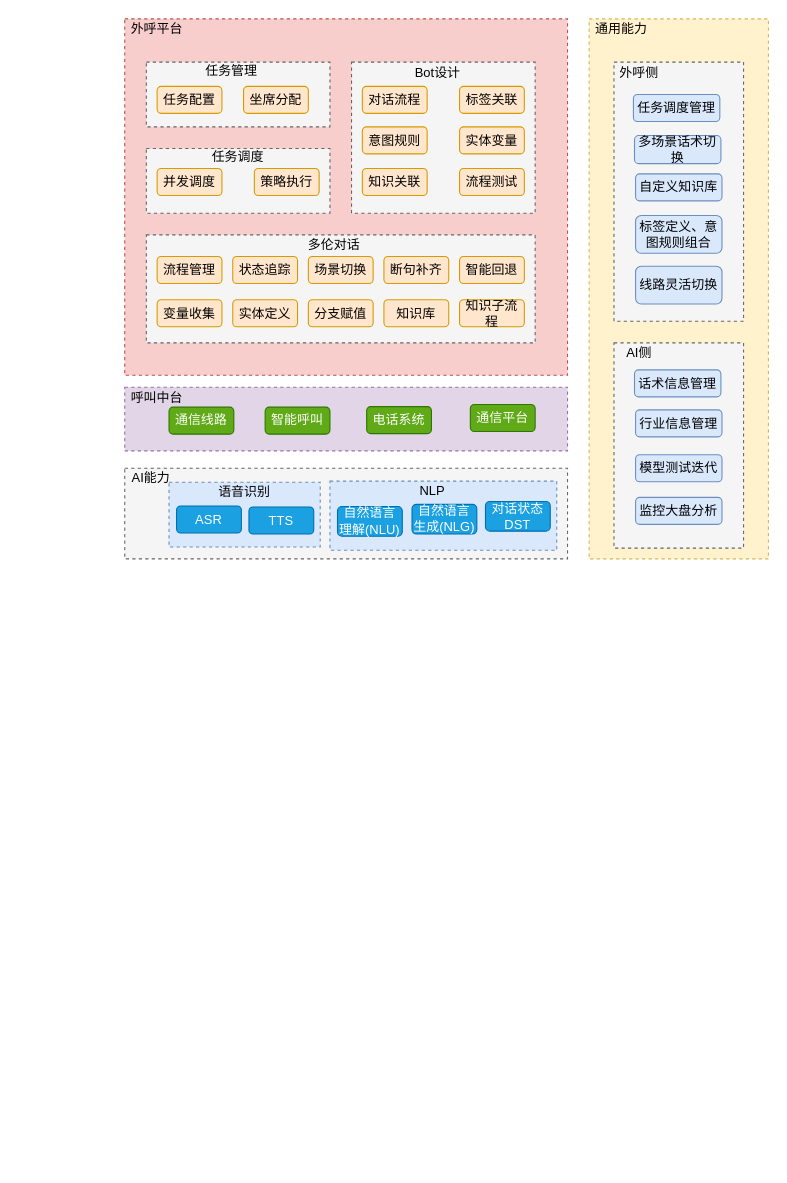
Before: docs/未命名绘图.drawio in lxkang/advanced-java, a draw.io diagram. Source tidied: cells renumbered, new cells numbered last; positions are measured from the earlier drawing's top-left corner, leaving out a move shared by most shapes. Both pictures are drawn from the tidied source at 108%, with x=0, y=0 at pixel (124, 18).
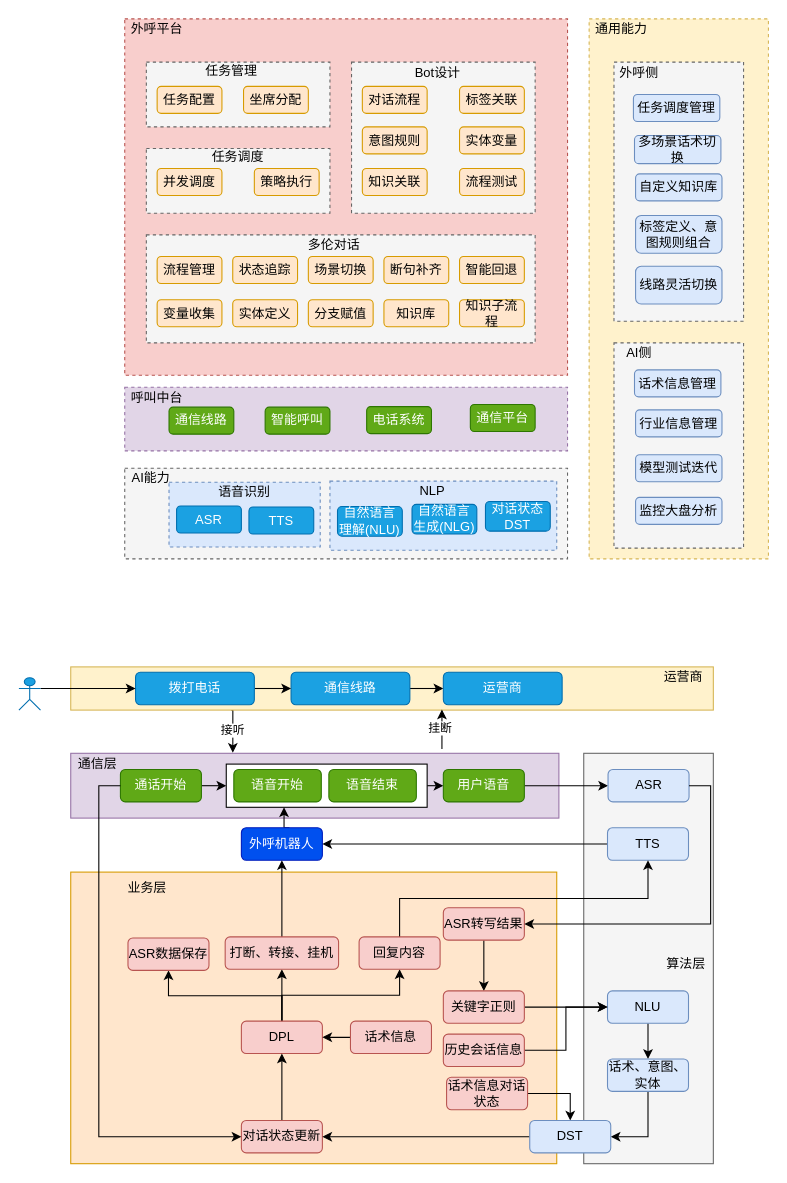
The same diagram, later.

Commit message:
外呼机器人核心流程.drawio

What changed in the source:
```diff
@@
+    <mxCell id="64" style="rounded=0;whiteSpace=wrap;html=1;fillColor=#f5f5f5;strokeColor=#666666;fontColor=#333333;" parent="1" vertex="1">
+      <mxGeometry x="425" y="680" width="120" height="380" as="geometry" />
+    </mxCell>
@@
+    <mxCell id="65" value="接听" style="edgeStyle=orthogonalEdgeStyle;rounded=0;jettySize=auto;html=1;exitX=0.25;exitY=1;exitDx=0;exitDy=0;entryX=0.332;entryY=-0.008;entryDx=0;entryDy=0;entryPerimeter=0;" parent="1" edge="1" source="66" target="72">
+      <mxGeometry relative="1" as="geometry" />
+    </mxCell>
+    <mxCell id="66" style="rounded=0;whiteSpace=wrap;html=1;fillColor=#fff2cc;strokeColor=#d6b656;" parent="1" vertex="1">
+      <mxGeometry x="-50" y="600" width="595" height="40" as="geometry" />
+    </mxCell>
+    <mxCell id="67" style="edgeStyle=orthogonalEdgeStyle;rounded=0;jettySize=auto;html=1;exitX=1;exitY=0.5;exitDx=0;exitDy=0;entryX=0;entryY=0.5;entryDx=0;entryDy=0;" parent="1" edge="1" source="68" target="69">
+      <mxGeometry relative="1" as="geometry" />
+    </mxCell>
+    <mxCell id="68" value="通信线路" style="rounded=1;whiteSpace=wrap;html=1;fillColor=#1ba1e2;fontColor=#ffffff;strokeColor=#006EAF;" parent="1" vertex="1">
+      <mxGeometry x="154" y="605" width="110" height="30" as="geometry" />
+    </mxCell>
+    <mxCell id="69" value="运营商" style="rounded=1;whiteSpace=wrap;html=1;fillColor=#1ba1e2;fontColor=#ffffff;strokeColor=#006EAF;" parent="1" vertex="1">
+      <mxGeometry x="295" y="605" width="110" height="30" as="geometry" />
+    </mxCell>
+    <mxCell id="70" style="edgeStyle=orthogonalEdgeStyle;rounded=0;orthogonalLoop=1;jettySize=auto;html=1;entryX=0.563;entryY=1.07;entryDx=0;entryDy=0;entryPerimeter=0;" parent="1" edge="1">
+      <mxGeometry relative="1" as="geometry">
+        <mxPoint x="294" y="676" as="sourcePoint" />
+        <mxPoint x="293.7" y="639.5" as="targetPoint" />
+        <Array as="points">
+          <mxPoint x="294" y="640" />
+          <mxPoint x="294" y="640" />
+        </Array>
+      </mxGeometry>
+    </mxCell>
+    <mxCell id="71" value="挂断" style="edgeLabel;html=1;align=center;verticalAlign=middle;" parent="70" vertex="1">
+      <mxGeometry x="0.07" y="2" relative="1" as="geometry" />
+    </mxCell>
+    <mxCell id="72" style="rounded=0;whiteSpace=wrap;html=1;fillColor=#e1d5e7;strokeColor=#9673a6;" parent="1" vertex="1">
+      <mxGeometry x="-50" y="680" width="452" height="60" as="geometry" />
+    </mxCell>
+    <mxCell id="73" style="edgeStyle=orthogonalEdgeStyle;rounded=0;jettySize=auto;html=1;exitX=1;exitY=0.5;exitDx=0;exitDy=0;entryX=0;entryY=0.5;entryDx=0;entryDy=0;" parent="1" edge="1" source="74" target="68">
+      <mxGeometry relative="1" as="geometry" />
+    </mxCell>
+    <mxCell id="74" value="拨打电话" style="rounded=1;whiteSpace=wrap;html=1;fillColor=#1ba1e2;strokeColor=#006EAF;fontColor=#ffffff;" parent="1" vertex="1">
+      <mxGeometry x="10" y="605" width="110" height="30" as="geometry" />
+    </mxCell>
+    <mxCell id="75" style="edgeStyle=orthogonalEdgeStyle;rounded=0;jettySize=auto;html=1;exitX=1;exitY=0.3333333333333333;exitDx=0;exitDy=0;exitPerimeter=0;entryX=0;entryY=0.5;entryDx=0;entryDy=0;" parent="1" edge="1" source="76" target="74">
+      <mxGeometry relative="1" as="geometry" />
+    </mxCell>
+    <mxCell id="76" style="shape=umlActor;verticalLabelPosition=bottom;verticalAlign=top;html=1;outlineConnect=0;fillColor=#1ba1e2;fontColor=#ffffff;strokeColor=#006EAF;" parent="1" vertex="1">
+      <mxGeometry x="-98" y="610" width="20" height="30" as="geometry" />
+    </mxCell>
+    <mxCell id="77" style="edgeStyle=orthogonalEdgeStyle;rounded=0;jettySize=auto;html=1;exitX=1;exitY=0.5;exitDx=0;exitDy=0;entryX=0;entryY=0.5;entryDx=0;entryDy=0;" parent="1" edge="1" source="78" target="80">
+      <mxGeometry relative="1" as="geometry" />
+    </mxCell>
+    <mxCell id="78" value="通话开始" style="rounded=1;whiteSpace=wrap;html=1;fillColor=#60a917;fontColor=#ffffff;strokeColor=#2D7600;" parent="1" vertex="1">
+      <mxGeometry x="-4" y="695" width="75" height="30" as="geometry" />
+    </mxCell>
+    <mxCell id="79" style="edgeStyle=orthogonalEdgeStyle;rounded=0;jettySize=auto;html=1;exitX=1;exitY=0.5;exitDx=0;exitDy=0;entryX=0;entryY=0.5;entryDx=0;entryDy=0;" parent="1" edge="1" source="80" target="86">
+      <mxGeometry relative="1" as="geometry" />
+    </mxCell>
+    <mxCell id="80" style="rounded=0;whiteSpace=wrap;html=1;" parent="1" vertex="1">
+      <mxGeometry x="94" y="690" width="186" height="40" as="geometry" />
+    </mxCell>
+    <mxCell id="81" value="语音开始" style="rounded=1;whiteSpace=wrap;html=1;fillColor=#60a917;fontColor=#ffffff;strokeColor=#2D7600;" parent="1" vertex="1">
+      <mxGeometry x="101" y="695" width="81" height="30" as="geometry" />
+    </mxCell>
+    <mxCell id="82" value="语音结束" style="rounded=1;whiteSpace=wrap;html=1;fillColor=#60a917;fontColor=#ffffff;strokeColor=#2D7600;" parent="1" vertex="1">
+      <mxGeometry x="189" y="695" width="81" height="30" as="geometry" />
+    </mxCell>
+    <mxCell id="83" style="edgeStyle=orthogonalEdgeStyle;rounded=0;orthogonalLoop=1;jettySize=auto;html=1;exitX=0.5;exitY=0;exitDx=0;exitDy=0;entryX=0.25;entryY=1;entryDx=0;entryDy=0;" parent="1" edge="1">
+      <mxGeometry relative="1" as="geometry">
+        <mxPoint x="152.5" y="749" as="sourcePoint" />
+        <mxPoint x="147.5" y="730" as="targetPoint" />
+      </mxGeometry>
+    </mxCell>
+    <mxCell id="84" value="外呼机器人" style="rounded=1;whiteSpace=wrap;html=1;fillColor=#0050ef;fontColor=#ffffff;strokeColor=#001DBC;" parent="1" vertex="1">
+      <mxGeometry x="108" y="749" width="75" height="30" as="geometry" />
+    </mxCell>
+    <mxCell id="85" style="edgeStyle=orthogonalEdgeStyle;rounded=0;jettySize=auto;html=1;exitX=1;exitY=0.5;exitDx=0;exitDy=0;" parent="1" edge="1" source="86" target="87">
+      <mxGeometry relative="1" as="geometry" />
+    </mxCell>
+    <mxCell id="86" value="用户语音" style="rounded=1;whiteSpace=wrap;html=1;fillColor=#60a917;fontColor=#ffffff;strokeColor=#2D7600;" parent="1" vertex="1">
+      <mxGeometry x="295" y="695" width="75" height="30" as="geometry" />
+    </mxCell>
+    <mxCell id="87" value="ASR" style="rounded=1;whiteSpace=wrap;html=1;fillColor=#dae8fc;strokeColor=#6c8ebf;" parent="1" vertex="1">
+      <mxGeometry x="447.5" y="695" width="75" height="30" as="geometry" />
+    </mxCell>
+    <mxCell id="88" style="edgeStyle=orthogonalEdgeStyle;rounded=0;jettySize=auto;html=1;exitX=0;exitY=0.5;exitDx=0;exitDy=0;" parent="1" edge="1" source="89" target="84">
+      <mxGeometry relative="1" as="geometry" />
+    </mxCell>
+    <mxCell id="89" value="TTS" style="rounded=1;whiteSpace=wrap;html=1;fillColor=#dae8fc;strokeColor=#6c8ebf;" parent="1" vertex="1">
+      <mxGeometry x="447" y="749" width="75" height="30" as="geometry" />
+    </mxCell>
+    <mxCell id="90" style="rounded=0;whiteSpace=wrap;html=1;fillColor=#ffe6cc;strokeColor=#d79b00;" parent="1" vertex="1">
+      <mxGeometry x="-50" y="790" width="450" height="270" as="geometry" />
+    </mxCell>
+    <mxCell id="91" style="edgeStyle=orthogonalEdgeStyle;rounded=0;jettySize=auto;html=1;exitX=0.5;exitY=1;exitDx=0;exitDy=0;entryX=0.5;entryY=0;entryDx=0;entryDy=0;" parent="1" edge="1" source="92" target="94">
+      <mxGeometry relative="1" as="geometry" />
+    </mxCell>
+    <mxCell id="92" value="NLU" style="rounded=1;whiteSpace=wrap;html=1;fillColor=#dae8fc;strokeColor=#6c8ebf;" parent="1" vertex="1">
+      <mxGeometry x="447" y="900" width="75" height="30" as="geometry" />
+    </mxCell>
+    <mxCell id="93" style="edgeStyle=orthogonalEdgeStyle;rounded=0;jettySize=auto;html=1;exitX=0.5;exitY=1;exitDx=0;exitDy=0;entryX=1;entryY=0.5;entryDx=0;entryDy=0;" parent="1" edge="1" source="94" target="118">
+      <mxGeometry relative="1" as="geometry" />
+    </mxCell>
+    <mxCell id="94" value="话术、意图、实体" style="rounded=1;whiteSpace=wrap;html=1;fillColor=#dae8fc;strokeColor=#6c8ebf;" parent="1" vertex="1">
+      <mxGeometry x="447" y="963" width="75" height="30" as="geometry" />
+    </mxCell>
+    <mxCell id="95" style="edgeStyle=orthogonalEdgeStyle;rounded=0;jettySize=auto;html=1;exitX=0.5;exitY=1;exitDx=0;exitDy=0;entryX=0.5;entryY=0;entryDx=0;entryDy=0;" parent="1" edge="1" source="96" target="98">
+      <mxGeometry relative="1" as="geometry" />
+    </mxCell>
+    <mxCell id="96" value="ASR转写结果" style="rounded=1;whiteSpace=wrap;html=1;fillColor=#f8cecc;strokeColor=#b85450;" parent="1" vertex="1">
+      <mxGeometry x="295" y="823" width="75" height="30" as="geometry" />
+    </mxCell>
+    <mxCell id="97" style="edgeStyle=orthogonalEdgeStyle;rounded=0;jettySize=auto;html=1;exitX=1;exitY=0.5;exitDx=0;exitDy=0;entryX=0;entryY=0.5;entryDx=0;entryDy=0;" parent="1" edge="1" source="98" target="92">
+      <mxGeometry relative="1" as="geometry" />
+    </mxCell>
+    <mxCell id="98" value="关键字正则" style="rounded=1;whiteSpace=wrap;html=1;fillColor=#f8cecc;strokeColor=#b85450;" parent="1" vertex="1">
+      <mxGeometry x="295" y="900" width="75" height="30" as="geometry" />
+    </mxCell>
+    <mxCell id="99" style="edgeStyle=orthogonalEdgeStyle;rounded=0;jettySize=auto;html=1;exitX=1;exitY=0.5;exitDx=0;exitDy=0;entryX=0;entryY=0.5;entryDx=0;entryDy=0;" parent="1" edge="1" source="100" target="92">
+      <mxGeometry relative="1" as="geometry" />
+    </mxCell>
+    <mxCell id="100" value="历史会话信息" style="rounded=1;whiteSpace=wrap;html=1;fillColor=#f8cecc;strokeColor=#b85450;" parent="1" vertex="1">
+      <mxGeometry x="295" y="940" width="75" height="30" as="geometry" />
+    </mxCell>
+    <mxCell id="101" style="edgeStyle=orthogonalEdgeStyle;rounded=0;jettySize=auto;html=1;exitX=1;exitY=0.5;exitDx=0;exitDy=0;entryX=0.5;entryY=0;entryDx=0;entryDy=0;" parent="1" edge="1" source="102" target="118">
+      <mxGeometry relative="1" as="geometry" />
+    </mxCell>
+    <mxCell id="102" value="话术信息对话状态" style="rounded=1;whiteSpace=wrap;html=1;fillColor=#f8cecc;strokeColor=#b85450;" parent="1" vertex="1">
+      <mxGeometry x="298" y="980" width="75" height="30" as="geometry" />
+    </mxCell>
+    <mxCell id="103" style="edgeStyle=orthogonalEdgeStyle;rounded=0;jettySize=auto;html=1;exitX=0.5;exitY=0;exitDx=0;exitDy=0;entryX=0.5;entryY=1;entryDx=0;entryDy=0;" parent="1" edge="1" source="106" target="113">
+      <mxGeometry relative="1" as="geometry" />
+    </mxCell>
+    <mxCell id="104" style="edgeStyle=orthogonalEdgeStyle;rounded=0;jettySize=auto;html=1;exitX=0.5;exitY=0;exitDx=0;exitDy=0;entryX=0.5;entryY=1;entryDx=0;entryDy=0;" parent="1" edge="1" source="106" target="115">
+      <mxGeometry relative="1" as="geometry" />
+    </mxCell>
+    <mxCell id="105" style="edgeStyle=orthogonalEdgeStyle;rounded=0;jettySize=auto;html=1;exitX=0.5;exitY=0;exitDx=0;exitDy=0;" parent="1" edge="1" source="106" target="111">
+      <mxGeometry relative="1" as="geometry" />
+    </mxCell>
+    <mxCell id="106" value="DPL" style="rounded=1;whiteSpace=wrap;html=1;fillColor=#f8cecc;strokeColor=#b85450;" parent="1" vertex="1">
+      <mxGeometry x="108" y="928" width="75" height="30" as="geometry" />
+    </mxCell>
+    <mxCell id="107" style="edgeStyle=orthogonalEdgeStyle;rounded=0;jettySize=auto;html=1;exitX=0.5;exitY=0;exitDx=0;exitDy=0;entryX=0.5;entryY=1;entryDx=0;entryDy=0;" parent="1" edge="1" source="108" target="106">
+      <mxGeometry relative="1" as="geometry" />
+    </mxCell>
+    <mxCell id="108" value="对话状态更新" style="rounded=1;whiteSpace=wrap;html=1;fillColor=#f8cecc;strokeColor=#b85450;" parent="1" vertex="1">
+      <mxGeometry x="108" y="1020" width="75" height="30" as="geometry" />
+    </mxCell>
+    <mxCell id="109" style="edgeStyle=orthogonalEdgeStyle;rounded=0;jettySize=auto;html=1;exitX=0;exitY=0.5;exitDx=0;exitDy=0;" parent="1" edge="1" source="110" target="106">
+      <mxGeometry relative="1" as="geometry" />
+    </mxCell>
+    <mxCell id="110" value="话术信息" style="rounded=1;whiteSpace=wrap;html=1;fillColor=#f8cecc;strokeColor=#b85450;" parent="1" vertex="1">
+      <mxGeometry x="209" y="928" width="75" height="30" as="geometry" />
+    </mxCell>
+    <mxCell id="111" value="ASR数据保存" style="rounded=1;whiteSpace=wrap;html=1;fillColor=#f8cecc;strokeColor=#b85450;" parent="1" vertex="1">
+      <mxGeometry x="3" y="851" width="75" height="30" as="geometry" />
+    </mxCell>
+    <mxCell id="112" style="edgeStyle=orthogonalEdgeStyle;rounded=0;jettySize=auto;html=1;exitX=0.5;exitY=0;exitDx=0;exitDy=0;entryX=0.5;entryY=1;entryDx=0;entryDy=0;" parent="1" edge="1" source="113" target="84">
+      <mxGeometry relative="1" as="geometry" />
+    </mxCell>
+    <mxCell id="113" value="打断、转接、挂机" style="rounded=1;whiteSpace=wrap;html=1;fillColor=#f8cecc;strokeColor=#b85450;" parent="1" vertex="1">
+      <mxGeometry x="93" y="850" width="105" height="30" as="geometry" />
+    </mxCell>
+    <mxCell id="114" style="edgeStyle=orthogonalEdgeStyle;rounded=0;jettySize=auto;html=1;exitX=0.5;exitY=0;exitDx=0;exitDy=0;entryX=0.5;entryY=1;entryDx=0;entryDy=0;" parent="1" edge="1" source="115" target="89">
+      <mxGeometry relative="1" as="geometry" />
+    </mxCell>
+    <mxCell id="115" value="回复内容" style="rounded=1;whiteSpace=wrap;html=1;fillColor=#f8cecc;strokeColor=#b85450;" parent="1" vertex="1">
+      <mxGeometry x="217" y="850" width="75" height="30" as="geometry" />
+    </mxCell>
+    <mxCell id="116" style="edgeStyle=orthogonalEdgeStyle;rounded=0;orthogonalLoop=1;jettySize=auto;html=1;exitX=0.5;exitY=1;exitDx=0;exitDy=0;" parent="1" edge="1" source="102" target="102">
+      <mxGeometry relative="1" as="geometry" />
+    </mxCell>
+    <mxCell id="117" style="edgeStyle=orthogonalEdgeStyle;rounded=0;jettySize=auto;html=1;exitX=0;exitY=0.5;exitDx=0;exitDy=0;entryX=1;entryY=0.5;entryDx=0;entryDy=0;" parent="1" edge="1" source="118" target="108">
+      <mxGeometry relative="1" as="geometry" />
+    </mxCell>
+    <mxCell id="118" value="DST" style="rounded=1;whiteSpace=wrap;html=1;fillColor=#dae8fc;strokeColor=#6c8ebf;" parent="1" vertex="1">
+      <mxGeometry x="375" y="1020" width="75" height="30" as="geometry" />
+    </mxCell>
+    <mxCell id="119" style="edgeStyle=orthogonalEdgeStyle;rounded=0;jettySize=auto;html=1;exitX=1;exitY=0.5;exitDx=0;exitDy=0;entryX=1;entryY=0.5;entryDx=0;entryDy=0;" parent="1" edge="1" source="87" target="96">
+      <mxGeometry relative="1" as="geometry" />
+    </mxCell>
+    <mxCell id="120" style="edgeStyle=orthogonalEdgeStyle;rounded=0;jettySize=auto;html=1;exitX=0;exitY=0.5;exitDx=0;exitDy=0;entryX=0;entryY=0.5;entryDx=0;entryDy=0;" parent="1" edge="1" source="78" target="108">
+      <mxGeometry relative="1" as="geometry" />
+    </mxCell>
+    <mxCell id="121" value="运营商" style="text;html=1;strokeColor=none;fillColor=none;align=center;verticalAlign=middle;whiteSpace=wrap;rounded=0;" parent="1" vertex="1">
+      <mxGeometry x="490" y="600" width="55" height="20" as="geometry" />
+    </mxCell>
+    <mxCell id="122" value="通信层" style="text;html=1;strokeColor=none;fillColor=none;align=center;verticalAlign=middle;whiteSpace=wrap;rounded=0;" parent="1" vertex="1">
+      <mxGeometry x="-50" y="680" width="50" height="20" as="geometry" />
+    </mxCell>
+    <mxCell id="123" value="算法层" style="text;html=1;strokeColor=none;fillColor=none;align=center;verticalAlign=middle;whiteSpace=wrap;rounded=0;" parent="1" vertex="1">
+      <mxGeometry x="495" y="860" width="50" height="30" as="geometry" />
+    </mxCell>
+    <mxCell id="124" value="业务层" style="text;html=1;strokeColor=none;fillColor=none;align=center;verticalAlign=middle;whiteSpace=wrap;rounded=0;" parent="1" vertex="1">
+      <mxGeometry x="-4" y="790" width="50" height="30" as="geometry" />
+    </mxCell>
```
